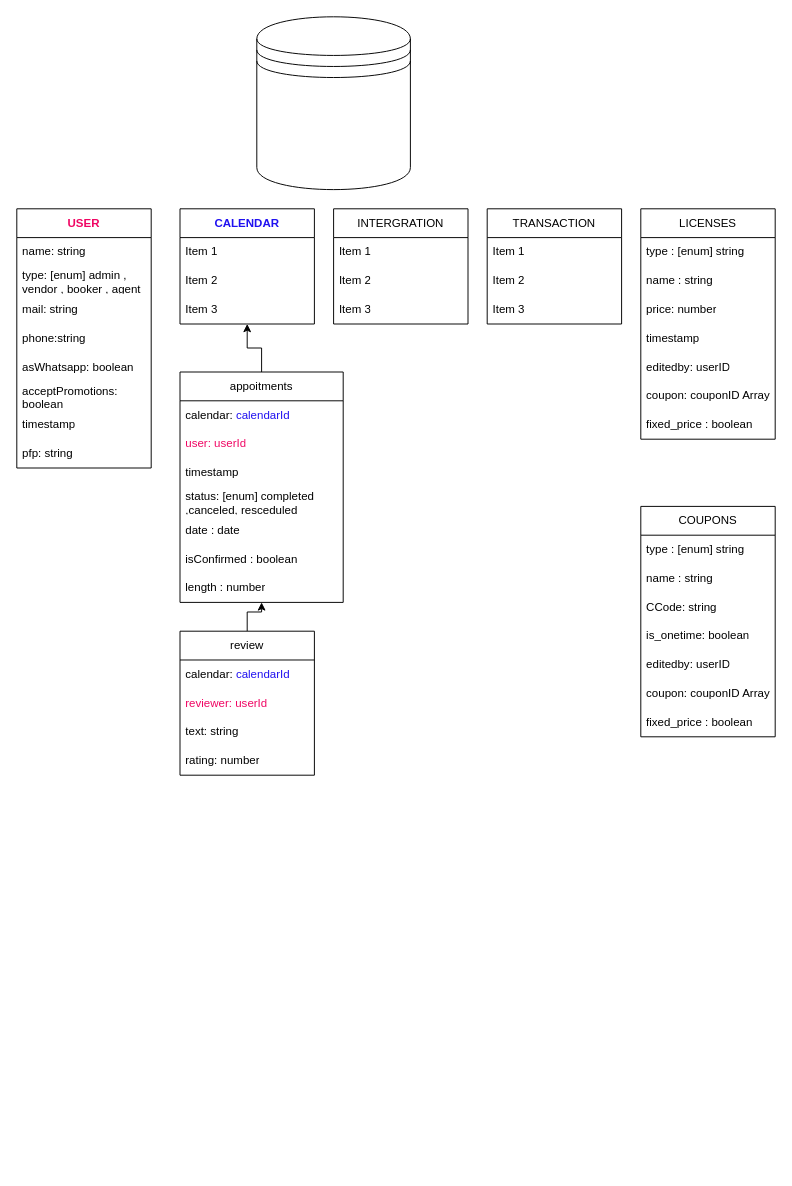
Earlier version of the draw.io diagram Untitled Diagram.drawio (MisterNooblet/2D-RPG). Source tidied: cells renumbered, new cells numbered last; positions are measured from the earlier drawing's top-left corner, leaving out a move shared by most shapes. Both pictures are drawn from the tidied source at 96%, with x=0, y=0 at pixel (16, 16).
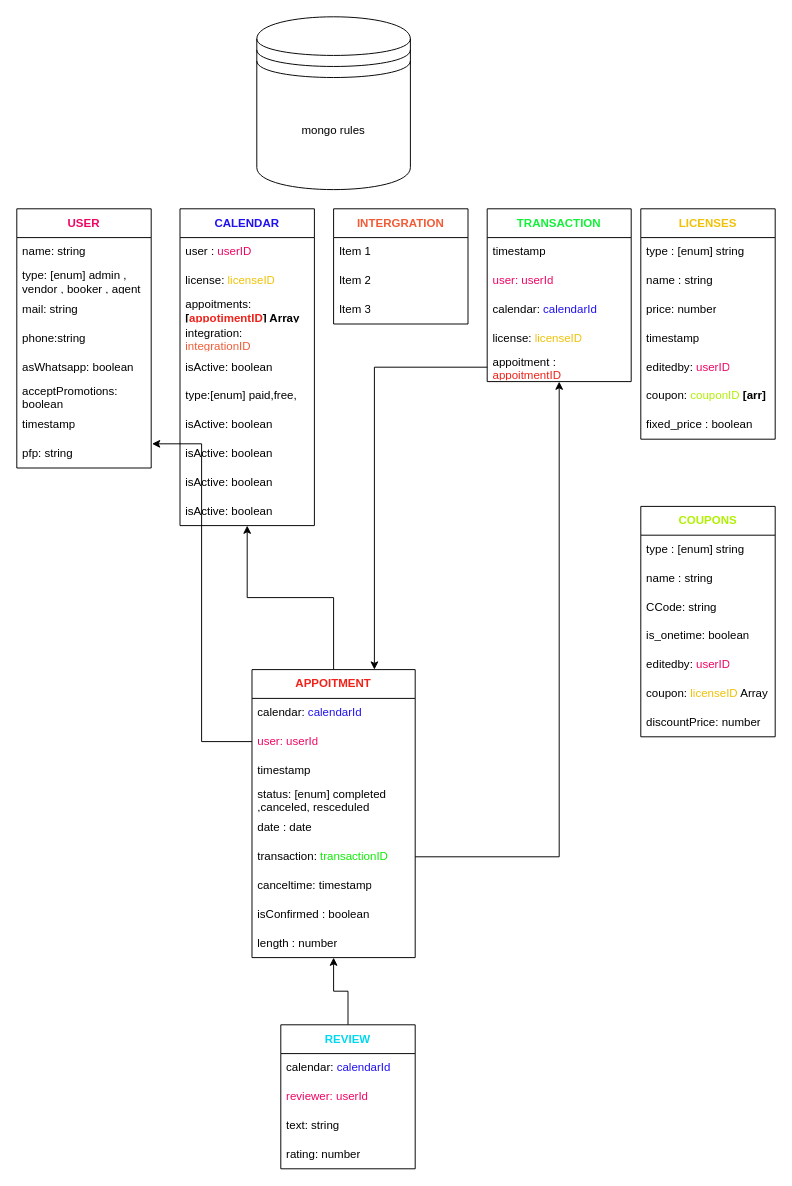
After the change.

Unchanged cells that the change refers to:
```xml
<mxCell id="11" value="pfp: string" style="text;strokeColor=none;fillColor=none;align=left;verticalAlign=middle;spacingLeft=4;spacingRight=4;overflow=hidden;points=[[0,0.5],[1,0.5]];portConstraint=eastwest;whiteSpace=wrap;html=1;" parent="3" vertex="1">
  <mxGeometry y="240" width="140" height="30" as="geometry" />
</mxCell>
<mxCell id="43" value="&lt;font color=&quot;#f00563&quot;&gt;user: userId&lt;/font&gt;" style="text;strokeColor=none;fillColor=none;align=left;verticalAlign=middle;spacingLeft=4;spacingRight=4;overflow=hidden;points=[[0,0.5],[1,0.5]];portConstraint=eastwest;whiteSpace=wrap;html=1;" parent="41" vertex="1">
  <mxGeometry y="60" width="170" height="30" as="geometry" />
</mxCell>
```

The edit, as a diff of the source:
```diff
@@
-    <mxCell id="2" style="shape=datastore;whiteSpace=wrap;html=1;" parent="1" vertex="1">
+    <mxCell id="2" value="mongo rules" style="shape=datastore;whiteSpace=wrap;html=1;" parent="1" vertex="1">
       <mxGeometry x="250" width="160" height="180" as="geometry" />
     </mxCell>
@@
     <mxCell id="12" value="&lt;font color=&quot;#2011f0&quot;&gt;&lt;b&gt;CALENDAR&lt;/b&gt;&lt;/font&gt;" style="swimlane;fontStyle=0;horizontal=1;startSize=30;whiteSpace=wrap;html=1;" parent="1" vertex="1">
-      <mxGeometry x="170" y="200" width="140" height="120" as="geometry" />
+      <mxGeometry x="170" y="200" width="140" height="330" as="geometry" />
     </mxCell>
-    <mxCell id="13" value="Item 1" style="text;strokeColor=none;fillColor=none;align=left;verticalAlign=middle;spacingLeft=4;spacingRight=4;overflow=hidden;whiteSpace=wrap;html=1;" parent="12" vertex="1">
+    <mxCell id="13" value="user : &lt;font color=&quot;#f00563&quot;&gt;userID&lt;/font&gt;" style="text;strokeColor=none;fillColor=none;align=left;verticalAlign=middle;spacingLeft=4;spacingRight=4;overflow=hidden;whiteSpace=wrap;html=1;" parent="12" vertex="1">
       <mxGeometry y="30" width="140" height="30" as="geometry" />
     </mxCell>
-    <mxCell id="14" value="Item 2" style="text;strokeColor=none;fillColor=none;align=left;verticalAlign=middle;spacingLeft=4;spacingRight=4;overflow=hidden;whiteSpace=wrap;html=1;" parent="12" vertex="1">
+    <mxCell id="14" value="license: &lt;font color=&quot;#f0c105&quot;&gt;licenseID&lt;/font&gt;" style="text;strokeColor=none;fillColor=none;align=left;verticalAlign=middle;spacingLeft=4;spacingRight=4;overflow=hidden;whiteSpace=wrap;html=1;" parent="12" vertex="1">
       <mxGeometry y="60" width="140" height="30" as="geometry" />
     </mxCell>
-    <mxCell id="15" value="Item 3" style="text;strokeColor=none;fillColor=none;align=left;verticalAlign=middle;spacingLeft=4;spacingRight=4;overflow=hidden;whiteSpace=wrap;html=1;" parent="12" vertex="1">
+    <mxCell id="15" value="appoitments: &lt;b&gt;[&lt;font color=&quot;#f0221a&quot;&gt;appotimentID&lt;/font&gt;] Array&lt;/b&gt;" style="text;strokeColor=none;fillColor=none;align=left;verticalAlign=middle;spacingLeft=4;spacingRight=4;overflow=hidden;whiteSpace=wrap;html=1;" parent="12" vertex="1">
       <mxGeometry y="90" width="140" height="30" as="geometry" />
     </mxCell>
+    <mxCell id="55" value="integration: &lt;font color=&quot;#f05c37&quot;&gt;integrationID&lt;/font&gt;" style="text;strokeColor=none;fillColor=none;align=left;verticalAlign=middle;spacingLeft=4;spacingRight=4;overflow=hidden;whiteSpace=wrap;html=1;" parent="12" vertex="1">
+      <mxGeometry y="120" width="140" height="30" as="geometry" />
+    </mxCell>
+    <mxCell id="56" value="isActive: boolean" style="text;strokeColor=none;fillColor=none;align=left;verticalAlign=middle;spacingLeft=4;spacingRight=4;overflow=hidden;whiteSpace=wrap;html=1;" parent="12" vertex="1">
+      <mxGeometry y="150" width="140" height="30" as="geometry" />
+    </mxCell>
+    <mxCell id="57" value="type:[enum] paid,free," style="text;strokeColor=none;fillColor=none;align=left;verticalAlign=middle;spacingLeft=4;spacingRight=4;overflow=hidden;whiteSpace=wrap;html=1;" parent="12" vertex="1">
+      <mxGeometry y="180" width="140" height="30" as="geometry" />
+    </mxCell>
+    <mxCell id="58" value="isActive: boolean" style="text;strokeColor=none;fillColor=none;align=left;verticalAlign=middle;spacingLeft=4;spacingRight=4;overflow=hidden;whiteSpace=wrap;html=1;" parent="12" vertex="1">
+      <mxGeometry y="210" width="140" height="30" as="geometry" />
+    </mxCell>
+    <mxCell id="59" value="isActive: boolean" style="text;strokeColor=none;fillColor=none;align=left;verticalAlign=middle;spacingLeft=4;spacingRight=4;overflow=hidden;whiteSpace=wrap;html=1;" parent="12" vertex="1">
+      <mxGeometry y="240" width="140" height="30" as="geometry" />
+    </mxCell>
+    <mxCell id="60" value="isActive: boolean" style="text;strokeColor=none;fillColor=none;align=left;verticalAlign=middle;spacingLeft=4;spacingRight=4;overflow=hidden;whiteSpace=wrap;html=1;" parent="12" vertex="1">
+      <mxGeometry y="270" width="140" height="30" as="geometry" />
+    </mxCell>
+    <mxCell id="61" value="isActive: boolean" style="text;strokeColor=none;fillColor=none;align=left;verticalAlign=middle;spacingLeft=4;spacingRight=4;overflow=hidden;whiteSpace=wrap;html=1;" parent="12" vertex="1">
+      <mxGeometry y="300" width="140" height="30" as="geometry" />
+    </mxCell>
-    <mxCell id="16" value="INTERGRATION" style="swimlane;fontStyle=0;horizontal=1;startSize=30;whiteSpace=wrap;html=1;" parent="1" vertex="1">
+    <mxCell id="16" value="&lt;b&gt;&lt;font color=&quot;#f05c37&quot;&gt;INTERGRATION&lt;/font&gt;&lt;/b&gt;" style="swimlane;fontStyle=0;horizontal=1;startSize=30;whiteSpace=wrap;html=1;" parent="1" vertex="1">
       <mxGeometry x="330" y="200" width="140" height="120" as="geometry" />
     </mxCell>
@@
-    <mxCell id="20" value="TRANSACTION" style="swimlane;fontStyle=0;horizontal=1;startSize=30;whiteSpace=wrap;html=1;" parent="1" vertex="1">
-      <mxGeometry x="490" y="200" width="140" height="120" as="geometry" />
+    <mxCell id="20" value="&lt;font color=&quot;#13f038&quot;&gt;&lt;b&gt;TRANSACTION&lt;/b&gt;&lt;/font&gt;" style="swimlane;fontStyle=0;horizontal=1;startSize=30;whiteSpace=wrap;html=1;" parent="1" vertex="1">
+      <mxGeometry x="490" y="200" width="150" height="180" as="geometry" />
     </mxCell>
-    <mxCell id="21" value="Item 1" style="text;strokeColor=none;fillColor=none;align=left;verticalAlign=middle;spacingLeft=4;spacingRight=4;overflow=hidden;whiteSpace=wrap;html=1;" parent="20" vertex="1">
-      <mxGeometry y="30" width="140" height="30" as="geometry" />
+    <mxCell id="21" value="timestamp" style="text;strokeColor=none;fillColor=none;align=left;verticalAlign=middle;spacingLeft=4;spacingRight=4;overflow=hidden;whiteSpace=wrap;html=1;" parent="20" vertex="1">
+      <mxGeometry y="30" width="150" height="30" as="geometry" />
     </mxCell>
-    <mxCell id="22" value="Item 2" style="text;strokeColor=none;fillColor=none;align=left;verticalAlign=middle;spacingLeft=4;spacingRight=4;overflow=hidden;whiteSpace=wrap;html=1;" parent="20" vertex="1">
-      <mxGeometry y="60" width="140" height="30" as="geometry" />
-    </mxCell>
+    <mxCell id="62" value="&lt;font color=&quot;#f00563&quot;&gt;user: userId&lt;/font&gt;" style="text;strokeColor=none;fillColor=none;align=left;verticalAlign=middle;spacingLeft=4;spacingRight=4;overflow=hidden;whiteSpace=wrap;html=1;" parent="20" vertex="1">
+      <mxGeometry y="60" width="150" height="30" as="geometry" />
+    </mxCell>
+    <mxCell id="63" value="calendar: &lt;font color=&quot;#2011f0&quot;&gt;calendarId&lt;/font&gt;" style="text;strokeColor=none;fillColor=none;align=left;verticalAlign=middle;spacingLeft=4;spacingRight=4;overflow=hidden;whiteSpace=wrap;html=1;" parent="20" vertex="1">
+      <mxGeometry y="90" width="150" height="30" as="geometry" />
+    </mxCell>
+    <mxCell id="64" value="license: &lt;font color=&quot;#f0c105&quot;&gt;licenseID&lt;/font&gt;" style="text;strokeColor=none;fillColor=none;align=left;verticalAlign=middle;spacingLeft=4;spacingRight=4;overflow=hidden;whiteSpace=wrap;html=1;" parent="20" vertex="1">
+      <mxGeometry y="120" width="150" height="30" as="geometry" />
+    </mxCell>
-    <mxCell id="23" value="Item 3" style="text;strokeColor=none;fillColor=none;align=left;verticalAlign=middle;spacingLeft=4;spacingRight=4;overflow=hidden;points=[[0,0.5],[1,0.5]];portConstraint=eastwest;whiteSpace=wrap;html=1;" parent="20" vertex="1">
-      <mxGeometry y="90" width="140" height="30" as="geometry" />
+    <mxCell id="23" value="appoitment : &lt;font color=&quot;#f0221a&quot;&gt;appoitmentID&lt;/font&gt;" style="text;strokeColor=none;fillColor=none;align=left;verticalAlign=middle;spacingLeft=4;spacingRight=4;overflow=hidden;points=[[0,0.5],[1,0.5]];portConstraint=eastwest;whiteSpace=wrap;html=1;" parent="20" vertex="1">
+      <mxGeometry y="150" width="150" height="30" as="geometry" />
     </mxCell>
-    <mxCell id="24" value="LICENSES" style="swimlane;fontStyle=0;horizontal=1;startSize=30;whiteSpace=wrap;html=1;" parent="1" vertex="1">
+    <mxCell id="24" value="&lt;font color=&quot;#f0c105&quot;&gt;&lt;b&gt;LICENSES&lt;/b&gt;&lt;/font&gt;" style="swimlane;fontStyle=0;horizontal=1;startSize=30;whiteSpace=wrap;html=1;" parent="1" vertex="1">
       <mxGeometry x="650" y="200" width="140" height="240" as="geometry" />
     </mxCell>
@@
-    <mxCell id="29" value="editedby: userID" style="text;strokeColor=none;fillColor=none;align=left;verticalAlign=middle;spacingLeft=4;spacingRight=4;overflow=hidden;whiteSpace=wrap;html=1;" parent="24" vertex="1">
+    <mxCell id="29" value="editedby: &lt;font color=&quot;#f00563&quot;&gt;userID&lt;/font&gt;" style="text;strokeColor=none;fillColor=none;align=left;verticalAlign=middle;spacingLeft=4;spacingRight=4;overflow=hidden;whiteSpace=wrap;html=1;" parent="24" vertex="1">
       <mxGeometry y="150" width="140" height="30" as="geometry" />
     </mxCell>
-    <mxCell id="30" value="coupon: couponID Array" style="text;strokeColor=none;fillColor=none;align=left;verticalAlign=middle;spacingLeft=4;spacingRight=4;overflow=hidden;whiteSpace=wrap;html=1;" parent="24" vertex="1">
+    <mxCell id="30" value="coupon: &lt;font color=&quot;#b1f002&quot;&gt;couponID &lt;/font&gt;&lt;b&gt;[arr]&lt;/b&gt;" style="text;strokeColor=none;fillColor=none;align=left;verticalAlign=middle;spacingLeft=4;spacingRight=4;overflow=hidden;whiteSpace=wrap;html=1;" parent="24" vertex="1">
       <mxGeometry y="180" width="140" height="30" as="geometry" />
     </mxCell>
@@
-    <mxCell id="32" value="COUPONS" style="swimlane;fontStyle=0;horizontal=1;startSize=30;whiteSpace=wrap;html=1;" parent="1" vertex="1">
+    <mxCell id="32" value="&lt;font color=&quot;#b1f002&quot;&gt;&lt;b&gt;COUPONS&lt;/b&gt;&lt;/font&gt;" style="swimlane;fontStyle=0;horizontal=1;startSize=30;whiteSpace=wrap;html=1;" parent="1" vertex="1">
       <mxGeometry x="650" y="510" width="140" height="240" as="geometry" />
     </mxCell>
@@
-    <mxCell id="37" value="editedby: userID" style="text;strokeColor=none;fillColor=none;align=left;verticalAlign=middle;spacingLeft=4;spacingRight=4;overflow=hidden;whiteSpace=wrap;html=1;" parent="32" vertex="1">
+    <mxCell id="37" value="editedby: &lt;font color=&quot;#f00563&quot;&gt;userID&lt;/font&gt;" style="text;strokeColor=none;fillColor=none;align=left;verticalAlign=middle;spacingLeft=4;spacingRight=4;overflow=hidden;whiteSpace=wrap;html=1;" parent="32" vertex="1">
       <mxGeometry y="150" width="140" height="30" as="geometry" />
     </mxCell>
-    <mxCell id="38" value="coupon: couponID Array" style="text;strokeColor=none;fillColor=none;align=left;verticalAlign=middle;spacingLeft=4;spacingRight=4;overflow=hidden;whiteSpace=wrap;html=1;" parent="32" vertex="1">
+    <mxCell id="38" value="coupon: &lt;font color=&quot;#f0c105&quot;&gt;licenseID &lt;/font&gt;Array" style="text;strokeColor=none;fillColor=none;align=left;verticalAlign=middle;spacingLeft=4;spacingRight=4;overflow=hidden;whiteSpace=wrap;html=1;" parent="32" vertex="1">
       <mxGeometry y="180" width="140" height="30" as="geometry" />
     </mxCell>
-    <mxCell id="39" value="fixed_price : boolean" style="text;strokeColor=none;fillColor=none;align=left;verticalAlign=middle;spacingLeft=4;spacingRight=4;overflow=hidden;whiteSpace=wrap;html=1;" parent="32" vertex="1">
+    <mxCell id="39" value="discountPrice: number" style="text;strokeColor=none;fillColor=none;align=left;verticalAlign=middle;spacingLeft=4;spacingRight=4;overflow=hidden;whiteSpace=wrap;html=1;" parent="32" vertex="1">
       <mxGeometry y="210" width="140" height="30" as="geometry" />
     </mxCell>
@@
-    <mxCell id="41" value="appoitments" style="swimlane;fontStyle=0;horizontal=1;startSize=30;whiteSpace=wrap;html=1;" parent="1" vertex="1">
-      <mxGeometry x="170" y="370" width="170" height="240" as="geometry" />
+    <mxCell id="41" value="&lt;font color=&quot;#f0221a&quot;&gt;&lt;b&gt;APPOITMENT&lt;/b&gt;&lt;/font&gt;" style="swimlane;fontStyle=0;horizontal=1;startSize=30;whiteSpace=wrap;html=1;" parent="1" vertex="1">
+      <mxGeometry x="245" y="680" width="170" height="300" as="geometry" />
     </mxCell>
@@
+    <mxCell id="65" value="transaction: &lt;font color=&quot;#0df005&quot;&gt;transactionID&lt;/font&gt;" style="text;strokeColor=none;fillColor=none;align=left;verticalAlign=middle;spacingLeft=4;spacingRight=4;overflow=hidden;points=[[0,0.5],[1,0.5]];portConstraint=eastwest;whiteSpace=wrap;html=1;" parent="41" vertex="1">
+      <mxGeometry y="180" width="170" height="30" as="geometry" />
+    </mxCell>
+    <mxCell id="66" value="canceltime: timestamp" style="text;strokeColor=none;fillColor=none;align=left;verticalAlign=middle;spacingLeft=4;spacingRight=4;overflow=hidden;whiteSpace=wrap;html=1;" parent="41" vertex="1">
+      <mxGeometry y="210" width="170" height="30" as="geometry" />
+    </mxCell>
     <mxCell id="47" value="isConfirmed : boolean" style="text;strokeColor=none;fillColor=none;align=left;verticalAlign=middle;spacingLeft=4;spacingRight=4;overflow=hidden;whiteSpace=wrap;html=1;" parent="41" vertex="1">
-      <mxGeometry y="180" width="170" height="30" as="geometry" />
+      <mxGeometry y="240" width="170" height="30" as="geometry" />
     </mxCell>
     <mxCell id="48" value="length : number" style="text;strokeColor=none;fillColor=none;align=left;verticalAlign=middle;spacingLeft=4;spacingRight=4;overflow=hidden;whiteSpace=wrap;html=1;" parent="41" vertex="1">
-      <mxGeometry y="210" width="170" height="30" as="geometry" />
+      <mxGeometry y="270" width="170" height="30" as="geometry" />
     </mxCell>
@@
-    <mxCell id="50" value="review" style="swimlane;fontStyle=0;horizontal=1;startSize=30;whiteSpace=wrap;html=1;" parent="1" vertex="1">
-      <mxGeometry x="170" y="640" width="140" height="150" as="geometry" />
+    <mxCell id="50" value="&lt;b&gt;&lt;font color=&quot;#00d8f0&quot;&gt;REVIEW&lt;/font&gt;&lt;/b&gt;" style="swimlane;fontStyle=0;horizontal=1;startSize=30;whiteSpace=wrap;html=1;" parent="1" vertex="1">
+      <mxGeometry x="275" y="1050" width="140" height="150" as="geometry" />
     </mxCell>
@@
+    <mxCell id="67" style="edgeStyle=orthogonalEdgeStyle;rounded=0;jettySize=auto;html=1;" parent="1" edge="1" source="65" target="20">
+      <mxGeometry relative="1" as="geometry" />
+    </mxCell>
+    <mxCell id="68" style="edgeStyle=orthogonalEdgeStyle;rounded=0;jettySize=auto;html=1;entryX=0.75;entryY=0;entryDx=0;entryDy=0;" parent="1" edge="1" source="23" target="41">
+      <mxGeometry relative="1" as="geometry" />
+    </mxCell>
+    <mxCell id="69" style="edgeStyle=orthogonalEdgeStyle;rounded=0;jettySize=auto;html=1;entryX=1.006;entryY=0.161;entryDx=0;entryDy=0;entryPerimeter=0;" parent="1" edge="1" source="43" target="11">
+      <mxGeometry relative="1" as="geometry" />
+    </mxCell>
```
